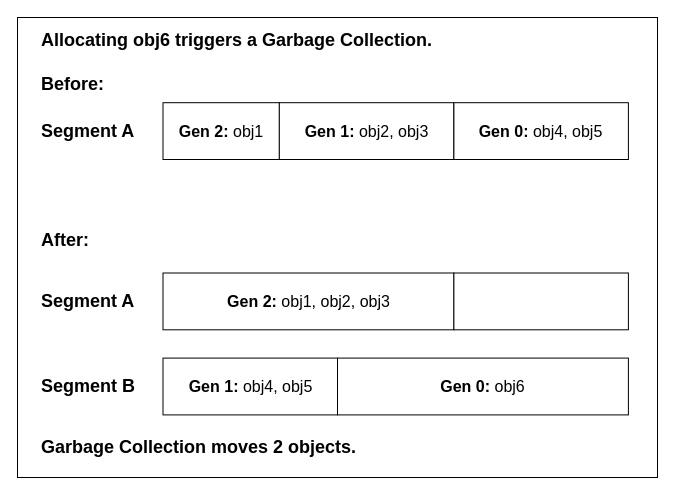
Before: images/Example.drawio in maxmeffert/DotNetGarbageCollection, a draw.io diagram. Source tidied: cells renumbered, new cells numbered last; positions are measured from the earlier drawing's top-left corner, leaving out a move shared by most shapes. Both pictures are drawn from the tidied source at 100%, with x=0, y=0 at pixel (17, 17).
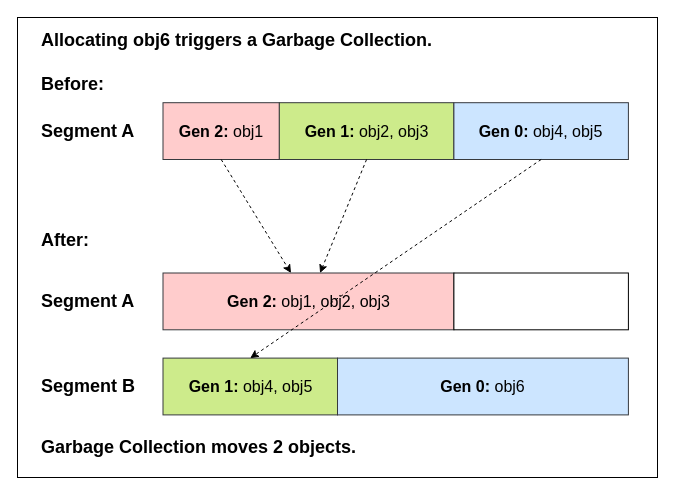
The same diagram, later.

Commit message (it also covers changes not shown here):
added some colors an arrows to Example and Segments

What changed in the source:
```diff
@@
-    <mxCell id="2" style="group;" parent="1" vertex="1">
+    <mxCell id="2" style="group;fillColor=#cdeb8b;strokeColor=#36393d;" parent="1" vertex="1">
       <mxGeometry width="640" height="460" as="geometry" />
     </mxCell>
@@
-    <mxCell id="4" value="&lt;font style=&quot;font-size: 16px&quot;&gt;&lt;b&gt;Gen 2:&lt;/b&gt; obj1&lt;/font&gt;" style="rounded=0;whiteSpace=wrap;html=1;" parent="2" vertex="1">
+    <mxCell id="4" value="&lt;font style=&quot;font-size: 16px&quot;&gt;&lt;b&gt;Gen 2:&lt;/b&gt; obj1&lt;/font&gt;" style="rounded=0;whiteSpace=wrap;html=1;fillColor=#ffcccc;strokeColor=#36393d;" parent="2" vertex="1">
       <mxGeometry x="145.5" y="85.2" width="116.4" height="56.8" as="geometry" />
     </mxCell>
-    <mxCell id="5" value="&lt;font style=&quot;font-size: 16px&quot;&gt;&lt;b&gt;Gen 1:&lt;/b&gt; obj2, obj3&lt;/font&gt;" style="rounded=0;whiteSpace=wrap;html=1;" parent="2" vertex="1">
+    <mxCell id="5" value="&lt;font style=&quot;font-size: 16px&quot;&gt;&lt;b&gt;Gen 1:&lt;/b&gt; obj2, obj3&lt;/font&gt;" style="rounded=0;whiteSpace=wrap;html=1;fillColor=#cdeb8b;strokeColor=#36393d;" parent="2" vertex="1">
       <mxGeometry x="261.8" y="85.2" width="174.5" height="56.8" as="geometry" />
     </mxCell>
-    <mxCell id="6" value="&lt;font style=&quot;font-size: 16px&quot;&gt;&lt;b&gt;Gen 0:&lt;/b&gt; obj4, obj5&lt;/font&gt;" style="rounded=0;whiteSpace=wrap;html=1;" parent="2" vertex="1">
+    <mxCell id="6" value="&lt;font style=&quot;font-size: 16px&quot;&gt;&lt;b&gt;Gen 0:&lt;/b&gt; obj4, obj5&lt;/font&gt;" style="rounded=0;whiteSpace=wrap;html=1;fillColor=#cce5ff;strokeColor=#36393d;" parent="2" vertex="1">
       <mxGeometry x="436.4" y="85.2" width="174.5" height="56.8" as="geometry" />
     </mxCell>
@@
-    <mxCell id="8" value="&lt;font style=&quot;font-size: 16px&quot;&gt;&lt;b&gt;Gen 2:&lt;/b&gt; obj1, obj2, obj3&lt;/font&gt;" style="rounded=0;whiteSpace=wrap;html=1;" parent="2" vertex="1">
+    <mxCell id="8" value="&lt;font style=&quot;font-size: 16px&quot;&gt;&lt;b&gt;Gen 2:&lt;/b&gt; obj1, obj2, obj3&lt;/font&gt;" style="rounded=0;whiteSpace=wrap;html=1;fillColor=#ffcccc;strokeColor=#36393d;" parent="2" vertex="1">
       <mxGeometry x="145.5" y="255.5" width="290.9" height="56.8" as="geometry" />
     </mxCell>
@@
-    <mxCell id="11" value="&lt;font style=&quot;font-size: 16px&quot;&gt;&lt;b&gt;Gen 1:&lt;/b&gt; obj4, obj5&lt;/font&gt;" style="rounded=0;whiteSpace=wrap;html=1;" parent="2" vertex="1">
+    <mxCell id="11" value="&lt;font style=&quot;font-size: 16px&quot;&gt;&lt;b&gt;Gen 1:&lt;/b&gt; obj4, obj5&lt;/font&gt;" style="rounded=0;whiteSpace=wrap;html=1;fillColor=#cdeb8b;strokeColor=#36393d;" parent="2" vertex="1">
       <mxGeometry x="145.5" y="340.6" width="174.5" height="56.8" as="geometry" />
     </mxCell>
-    <mxCell id="12" value="&lt;font style=&quot;font-size: 16px&quot;&gt;&lt;b&gt;Gen 0:&lt;/b&gt; obj6&lt;/font&gt;" style="rounded=0;whiteSpace=wrap;html=1;" parent="2" vertex="1">
+    <mxCell id="12" value="&lt;font style=&quot;font-size: 16px&quot;&gt;&lt;b&gt;Gen 0:&lt;/b&gt; obj6&lt;/font&gt;" style="rounded=0;whiteSpace=wrap;html=1;fillColor=#cce5ff;strokeColor=#36393d;" parent="2" vertex="1">
       <mxGeometry x="320" y="340.6" width="290.9" height="56.8" as="geometry" />
     </mxCell>
@@
+    <mxCell id="18" style="endArrow=classic;html=1;exitX=0.5;exitY=1;exitDx=0;exitDy=0;dashed=1;" parent="2" edge="1" source="4" target="8">
+      <mxGeometry relative="1" as="geometry" />
+    </mxCell>
+    <mxCell id="19" style="endArrow=classic;html=1;exitX=0.5;exitY=1;exitDx=0;exitDy=0;dashed=1;" parent="2" edge="1" source="5" target="8">
+      <mxGeometry relative="1" as="geometry" />
+    </mxCell>
+    <mxCell id="20" style="endArrow=classic;html=1;exitX=0.5;exitY=1;exitDx=0;exitDy=0;entryX=0.5;entryY=0;entryDx=0;entryDy=0;dashed=1;" parent="2" edge="1" source="6" target="11">
+      <mxGeometry relative="1" as="geometry" />
+    </mxCell>
```
